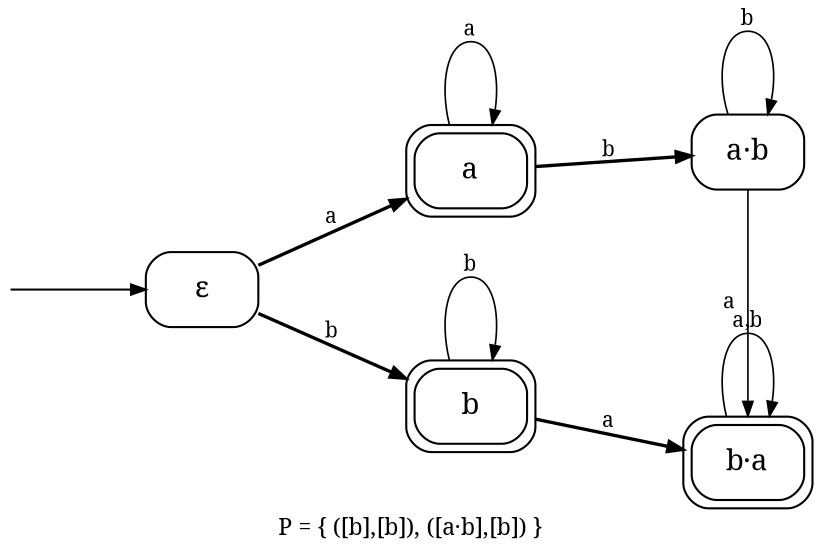
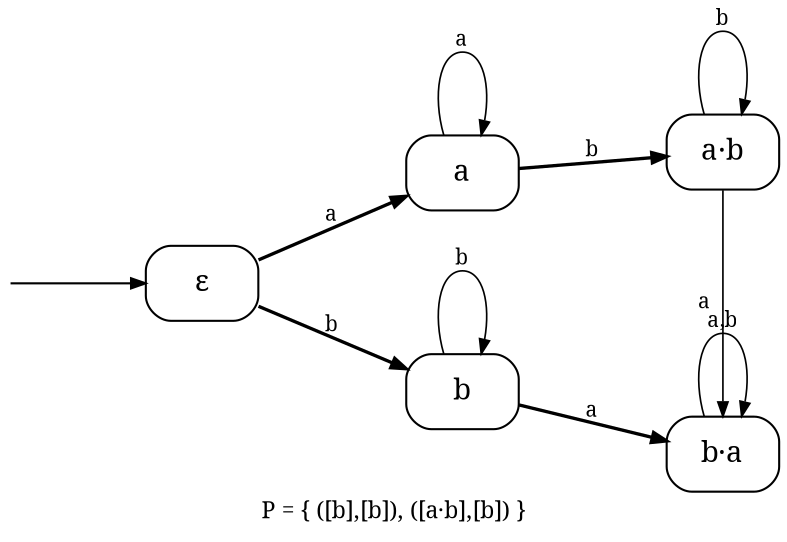
// sos2cayley astar_bomega.sos --rename a=a,!a=b
digraph core_F0_astar_bomega {
  rankdir=LR;
  ranksep=0.87; nodesep=0.55;
  node [shape=box, style=rounded, fontname="serif", margin="0.06,0.03"];
  edge [fontname="serif", fontsize=10, arrowsize=0.7];
  label="P = { ([b],[b]), ([a·b],[b]) }"; labelloc="b"; labeljust="c";
  fontname="serif"; fontsize=11;

  eps [label="ε"];
-   a [label="a", peripheries=2];
-   b [label="b", peripheries=2];
+   a [label="a"];
+   b [label="b"];
  ab [label="a·b"];
-   ba [label="b·a", peripheries=2];
+   ba [label="b·a"];
  _init [shape=none, label="", width=0.02, height=0.02];
  _init -> eps;

  { rank=same; eps; }
  { rank=same; a b; }
  { rank=same; ab ba; }

  eps -> a [label="a", penwidth=1.6, weight=10];
  eps -> b [label="b", penwidth=1.6, weight=10];
  a -> a [label="a", penwidth=0.8, weight=1];
  a -> ab [label="b", penwidth=1.6, weight=3];
  b -> ba [label="a", penwidth=1.6, weight=3];
  b -> b [label="b", penwidth=0.8, weight=1];
  ab -> ba [label="a", penwidth=0.8, weight=1];
  ab -> ab [label="b", penwidth=0.8, weight=1];
  ba -> ba [label="a,b", penwidth=0.8, weight=1];
}
